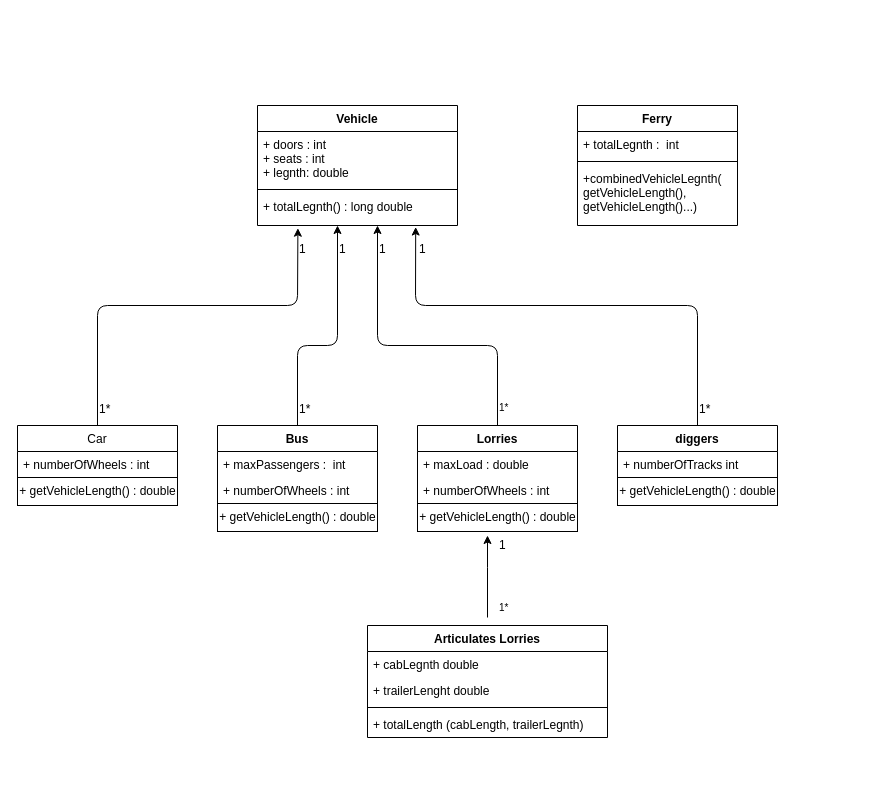
This is Software Design UML (Vehicle).drawio from 1603405/Test, a draw.io file, before an edit. Source tidied: cells renumbered, new cells numbered last; positions are measured from the earlier drawing's top-left corner, leaving out a move shared by most shapes. Both pictures are drawn from the tidied source at 100%, with x=0, y=0 at pixel (17, 105).
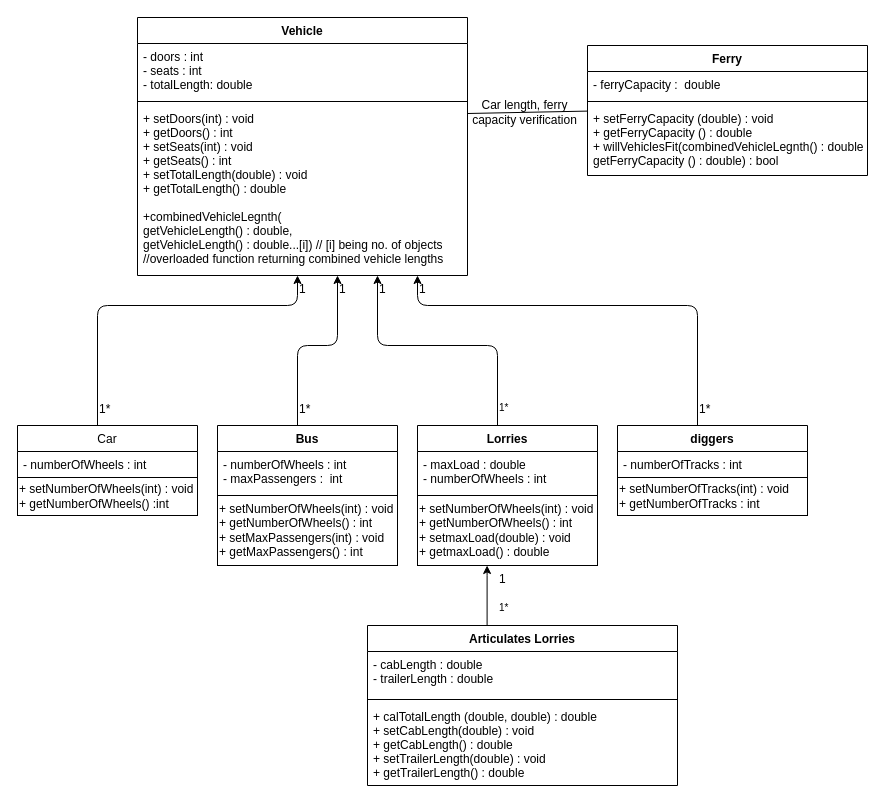
The same diagram, later.

Unchanged cells that the change refers to:
```xml
<mxCell id="30" value="1*" style="text;html=1;" parent="1" vertex="1">
  <mxGeometry x="680" y="290" width="40" height="30" as="geometry" />
</mxCell>
<mxCell id="31" value="1*" style="text;html=1;" parent="1" vertex="1">
  <mxGeometry x="280" y="290" width="40" height="30" as="geometry" />
</mxCell>
<mxCell id="32" value="1*" style="text;html=1;" parent="1" vertex="1">
  <mxGeometry x="80" y="290" width="40" height="30" as="geometry" />
</mxCell>
```

Change to the diagram source:
```diff
@@
     <mxCell id="2" value="Vehicle" style="swimlane;fontStyle=1;align=center;verticalAlign=top;horizontal=1;startSize=26;" parent="1" vertex="1">
-      <mxGeometry x="240" width="200" height="120" as="geometry" />
+      <mxGeometry x="120" y="-88" width="330" height="258" as="geometry" />
     </mxCell>
-    <mxCell id="3" value="+ doors : int&#10;+ seats : int&#10;+ legnth: double" style="text;strokeColor=none;fillColor=none;align=left;verticalAlign=top;spacingLeft=4;spacingRight=4;overflow=hidden;" parent="2" vertex="1">
-      <mxGeometry y="26" width="200" height="54" as="geometry" />
+    <mxCell id="3" value="- doors : int&#10;- seats : int&#10;- totalLength: double" style="text;strokeColor=none;fillColor=none;align=left;verticalAlign=top;spacingLeft=4;spacingRight=4;overflow=hidden;" parent="2" vertex="1">
+      <mxGeometry y="26" width="330" height="54" as="geometry" />
     </mxCell>
     <mxCell id="4" style="line;strokeWidth=1;fillColor=none;align=left;verticalAlign=middle;spacingTop=-1;spacingLeft=3;spacingRight=3;labelPosition=right;" parent="2" vertex="1">
-      <mxGeometry y="80" width="200" height="8" as="geometry" />
+      <mxGeometry y="80" width="330" height="8" as="geometry" />
     </mxCell>
-    <mxCell id="5" value="+ totalLegnth() : long double" style="text;strokeColor=none;fillColor=none;align=left;verticalAlign=top;spacingLeft=4;spacingRight=4;overflow=hidden;points=[[0,0.5],[1,0.5]];portConstraint=eastwest;" parent="2" vertex="1">
-      <mxGeometry y="88" width="200" height="32" as="geometry" />
+    <mxCell id="5" value="+ setDoors(int) : void&#10;+ getDoors() : int&#10;+ setSeats(int) : void&#10;+ getSeats() : int&#10;+ setTotalLength(double) : void&#10;+ getTotalLength() : double&#10;&#10;+combinedVehicleLegnth(&#10;getVehicleLength() : double, &#10;getVehicleLength() : double...[i]) // [i] being no. of objects&#10;//overloaded function returning combined vehicle lengths&#10; " style="text;strokeColor=none;fillColor=none;align=left;verticalAlign=top;spacingLeft=4;spacingRight=4;overflow=hidden;points=[[0,0.5],[1,0.5]];portConstraint=eastwest;" parent="2" vertex="1">
+      <mxGeometry y="88" width="330" height="170" as="geometry" />
     </mxCell>
     <mxCell id="6" value="Car" style="swimlane;fontStyle=0;horizontal=1;startSize=26;fillColor=none;" parent="1" vertex="1">
-      <mxGeometry y="320" width="160" height="52" as="geometry" />
+      <mxGeometry y="320" width="180" height="52" as="geometry" />
     </mxCell>
-    <mxCell id="7" value="+ numberOfWheels : int" style="text;strokeColor=none;fillColor=none;align=left;verticalAlign=top;spacingLeft=4;spacingRight=4;overflow=hidden;" parent="6" vertex="1">
-      <mxGeometry y="26" width="160" height="26" as="geometry" />
+    <mxCell id="7" value="- numberOfWheels : int" style="text;strokeColor=none;fillColor=none;align=left;verticalAlign=top;spacingLeft=4;spacingRight=4;overflow=hidden;" parent="6" vertex="1">
+      <mxGeometry y="26" width="180" height="26" as="geometry" />
     </mxCell>
     <mxCell id="8" value="Bus" style="swimlane;fontStyle=1;horizontal=1;startSize=26;fillColor=none;" parent="1" vertex="1">
-      <mxGeometry x="200" y="320" width="160" height="78" as="geometry" />
+      <mxGeometry x="200" y="320" width="180" height="70" as="geometry" />
     </mxCell>
-    <mxCell id="9" value="+ maxPassengers :  int" style="text;strokeColor=none;fillColor=none;align=left;verticalAlign=top;spacingLeft=4;spacingRight=4;overflow=hidden;" parent="8" vertex="1">
-      <mxGeometry y="26" width="160" height="26" as="geometry" />
-    </mxCell>
-    <mxCell id="10" value="+ numberOfWheels : int" style="text;strokeColor=none;fillColor=none;align=left;verticalAlign=top;spacingLeft=4;spacingRight=4;overflow=hidden;" parent="8" vertex="1">
-      <mxGeometry y="52" width="160" height="26" as="geometry" />
+    <mxCell id="10" value="- numberOfWheels : int&#10;- maxPassengers :  int" style="text;strokeColor=none;fillColor=none;align=left;verticalAlign=top;spacingLeft=4;spacingRight=4;overflow=hidden;" parent="8" vertex="1">
+      <mxGeometry y="26" width="180" height="44" as="geometry" />
     </mxCell>
-    <mxCell id="11" style="edgeStyle=orthogonalEdgeStyle;rounded=0;orthogonalLoop=1;jettySize=auto;html=1;" parent="1" edge="1">
+    <mxCell id="11" style="edgeStyle=orthogonalEdgeStyle;rounded=0;jettySize=auto;html=1;" parent="1" edge="1" target="15">
       <mxGeometry relative="1" as="geometry">
-        <mxPoint x="470" y="512" as="sourcePoint" />
-        <mxPoint x="470" y="430" as="targetPoint" />
+        <mxPoint x="469.6" y="520" as="sourcePoint" />
         <Array as="points">
-          <mxPoint x="470" y="462" />
-          <mxPoint x="470" y="462" />
+          <mxPoint x="470" y="470" />
+          <mxPoint x="470" y="470" />
         </Array>
       </mxGeometry>
     </mxCell>
     <mxCell id="12" value="Lorries" style="swimlane;fontStyle=1;horizontal=1;startSize=26;fillColor=none;" parent="1" vertex="1">
-      <mxGeometry x="400" y="320" width="160" height="106" as="geometry" />
+      <mxGeometry x="400" y="320" width="180" height="70" as="geometry" />
     </mxCell>
-    <mxCell id="13" value="+ maxLoad : double" style="text;strokeColor=none;fillColor=none;align=left;verticalAlign=top;spacingLeft=4;spacingRight=4;overflow=hidden;" parent="12" vertex="1">
-      <mxGeometry y="26" width="160" height="26" as="geometry" />
+    <mxCell id="13" value="- maxLoad : double&#10;- numberOfWheels : int" style="text;strokeColor=none;fillColor=none;align=left;verticalAlign=top;spacingLeft=4;spacingRight=4;overflow=hidden;" parent="12" vertex="1">
+      <mxGeometry y="26" width="180" height="44" as="geometry" />
     </mxCell>
-    <mxCell id="14" value="+ numberOfWheels : int" style="text;strokeColor=none;fillColor=none;align=left;verticalAlign=top;spacingLeft=4;spacingRight=4;overflow=hidden;" parent="12" vertex="1">
-      <mxGeometry y="52" width="160" height="26" as="geometry" />
-    </mxCell>
-    <mxCell id="15" value="+ getVehicleLength() : double" style="html=1;" parent="12" vertex="1">
-      <mxGeometry y="78" width="160" height="28" as="geometry" />
-    </mxCell>
     <mxCell id="16" value="diggers" style="swimlane;fontStyle=1;horizontal=1;startSize=26;fillColor=none;" parent="1" vertex="1">
-      <mxGeometry x="600" y="320" width="160" height="80" as="geometry" />
+      <mxGeometry x="600" y="320" width="190" height="90" as="geometry" />
     </mxCell>
-    <mxCell id="17" value="+ numberOfTracks int" style="text;strokeColor=none;fillColor=none;align=left;verticalAlign=top;spacingLeft=4;spacingRight=4;overflow=hidden;" parent="16" vertex="1">
-      <mxGeometry y="26" width="160" height="26" as="geometry" />
+    <mxCell id="17" value="- numberOfTracks : int" style="text;strokeColor=none;fillColor=none;align=left;verticalAlign=top;spacingLeft=4;spacingRight=4;overflow=hidden;" parent="16" vertex="1">
+      <mxGeometry y="26" width="190" height="26" as="geometry" />
     </mxCell>
-    <mxCell id="18" value="+ getVehicleLength() : double" style="html=1;" parent="16" vertex="1">
-      <mxGeometry y="52" width="160" height="28" as="geometry" />
+    <mxCell id="18" value="&lt;span&gt;+ setNumberOfTracks(int) : void&lt;br&gt;&lt;/span&gt;+ getNumberOfTracks : int&lt;span&gt;&lt;br&gt;&lt;/span&gt;" style="html=1;align=left;" parent="16" vertex="1">
+      <mxGeometry y="52" width="190" height="38" as="geometry" />
     </mxCell>
     <mxCell id="19" value="Articulates Lorries" style="swimlane;fontStyle=1;align=center;verticalAlign=top;horizontal=1;startSize=26;" parent="1" vertex="1">
-      <mxGeometry x="350" y="520" width="240" height="112" as="geometry" />
+      <mxGeometry x="350" y="520" width="310" height="160" as="geometry" />
     </mxCell>
-    <mxCell id="20" value="+ cabLegnth double" style="text;strokeColor=none;fillColor=none;align=left;verticalAlign=top;spacingLeft=4;spacingRight=4;overflow=hidden;" parent="19" vertex="1">
-      <mxGeometry y="26" width="240" height="26" as="geometry" />
+    <mxCell id="20" value="- cabLength : double&#10;- trailerLength : double" style="text;strokeColor=none;fillColor=none;align=left;verticalAlign=top;spacingLeft=4;spacingRight=4;overflow=hidden;" parent="19" vertex="1">
+      <mxGeometry y="26" width="310" height="44" as="geometry" />
     </mxCell>
-    <mxCell id="21" value="+ trailerLenght double" style="text;strokeColor=none;fillColor=none;align=left;verticalAlign=top;spacingLeft=4;spacingRight=4;overflow=hidden;" parent="19" vertex="1">
-      <mxGeometry y="52" width="240" height="26" as="geometry" />
-    </mxCell>
     <mxCell id="22" style="line;strokeWidth=1;fillColor=none;align=left;verticalAlign=middle;spacingTop=-1;spacingLeft=3;spacingRight=3;labelPosition=right;" parent="19" vertex="1">
-      <mxGeometry y="78" width="240" height="8" as="geometry" />
+      <mxGeometry y="70" width="310" height="8" as="geometry" />
     </mxCell>
-    <mxCell id="23" value="+ totalLength (cabLength, trailerLegnth)&#10;" style="text;strokeColor=none;fillColor=none;align=left;verticalAlign=top;spacingLeft=4;spacingRight=4;overflow=hidden;" parent="19" vertex="1">
-      <mxGeometry y="86" width="240" height="26" as="geometry" />
+    <mxCell id="23" value="+ calTotalLength (double, double) : double&#10;+ setCabLength(double) : void&#10;+ getCabLength() : double&#10;+ setTrailerLength(double) : void&#10;+ getTrailerLength() : double&#10;&#10;" style="text;strokeColor=none;fillColor=none;align=left;verticalAlign=top;spacingLeft=4;spacingRight=4;overflow=hidden;" parent="19" vertex="1">
+      <mxGeometry y="78" width="310" height="82" as="geometry" />
     </mxCell>
@@
-    <mxCell id="25" style="endArrow=classic;html=1;entryX=0.6;entryY=1;entryDx=0;entryDy=0;entryPerimeter=0;exitX=0.5;exitY=0;exitDx=0;exitDy=0;" parent="1" edge="1" source="12" target="5">
+    <mxCell id="25" style="endArrow=classic;html=1;entryX=0;entryY=0;entryDx=0;entryDy=0;" parent="1" edge="1" target="35">
       <mxGeometry relative="1" as="geometry">
+        <mxPoint x="480" y="320" as="sourcePoint" />
         <Array as="points">
           <mxPoint x="480" y="240" />
           <mxPoint x="360" y="240" />
         </Array>
       </mxGeometry>
     </mxCell>
@@
-    <mxCell id="27" style="endArrow=classic;html=1;entryX=0.4;entryY=1;entryDx=0;entryDy=0;entryPerimeter=0;exitX=0.5;exitY=0;exitDx=0;exitDy=0;" parent="1" edge="1" source="8" target="5">
+    <mxCell id="27" style="endArrow=classic;html=1;entryX=1;entryY=0;entryDx=0;entryDy=0;exitX=0;exitY=1;exitDx=0;exitDy=0;" parent="1" edge="1" source="31" target="34">
       <mxGeometry relative="1" as="geometry">
         <Array as="points">
           <mxPoint x="280" y="240" />
           <mxPoint x="320" y="240" />
         </Array>
       </mxGeometry>
     </mxCell>
-    <mxCell id="28" style="endArrow=classic;html=1;exitX=0.5;exitY=0;exitDx=0;exitDy=0;entryX=0.202;entryY=1.085;entryDx=0;entryDy=0;entryPerimeter=0;" parent="1" edge="1" source="6" target="5">
+    <mxCell id="28" style="endArrow=classic;html=1;exitX=0;exitY=1;exitDx=0;exitDy=0;entryX=0;entryY=0;entryDx=0;entryDy=0;" parent="1" edge="1" source="32" target="34">
       <mxGeometry relative="1" as="geometry">
         <Array as="points">
           <mxPoint x="80" y="200" />
           <mxPoint x="280" y="200" />
         </Array>
       </mxGeometry>
     </mxCell>
-    <mxCell id="29" style="endArrow=classic;html=1;entryX=0.791;entryY=1.048;entryDx=0;entryDy=0;entryPerimeter=0;exitX=0.5;exitY=0;exitDx=0;exitDy=0;" parent="1" edge="1" source="16" target="5">
+    <mxCell id="29" style="endArrow=classic;html=1;exitX=0;exitY=1;exitDx=0;exitDy=0;entryX=0;entryY=0;entryDx=0;entryDy=0;" parent="1" edge="1" source="30" target="36">
       <mxGeometry relative="1" as="geometry">
         <Array as="points">
           <mxPoint x="680" y="200" />
-          <mxPoint x="398" y="200" />
+          <mxPoint x="400" y="200" />
         </Array>
       </mxGeometry>
     </mxCell>
@@
     <mxCell id="33" value="1" style="text;html=1;" parent="1" vertex="1">
-      <mxGeometry x="320" y="130" width="40" height="30" as="geometry" />
+      <mxGeometry x="320" y="170" width="40" height="30" as="geometry" />
     </mxCell>
     <mxCell id="34" value="1" style="text;html=1;" parent="1" vertex="1">
-      <mxGeometry x="280" y="130" width="40" height="30" as="geometry" />
+      <mxGeometry x="280" y="170" width="40" height="30" as="geometry" />
     </mxCell>
     <mxCell id="35" value="1" style="text;html=1;" parent="1" vertex="1">
-      <mxGeometry x="360" y="130" width="40" height="30" as="geometry" />
+      <mxGeometry x="360" y="170" width="40" height="30" as="geometry" />
     </mxCell>
     <mxCell id="36" value="1" style="text;html=1;" parent="1" vertex="1">
-      <mxGeometry x="400" y="130" width="40" height="30" as="geometry" />
+      <mxGeometry x="400" y="170" width="40" height="30" as="geometry" />
     </mxCell>
     <mxCell id="37" value="1" style="text;html=1;" parent="1" vertex="1">
-      <mxGeometry x="480" y="426" width="40" height="30" as="geometry" />
+      <mxGeometry x="480" y="460" width="40" height="30" as="geometry" />
     </mxCell>
     <mxCell id="38" value="Ferry" style="swimlane;fontStyle=1;align=center;verticalAlign=top;horizontal=1;startSize=26;" parent="1" vertex="1">
-      <mxGeometry x="560" width="160" height="120" as="geometry" />
+      <mxGeometry x="570" y="-60" width="280" height="130" as="geometry" />
     </mxCell>
-    <mxCell id="39" value="+ totalLegnth :  int" style="text;strokeColor=none;fillColor=none;align=left;verticalAlign=top;spacingLeft=4;spacingRight=4;overflow=hidden;" parent="38" vertex="1">
-      <mxGeometry y="26" width="160" height="26" as="geometry" />
+    <mxCell id="39" value="- ferryCapacity :  double" style="text;strokeColor=none;fillColor=none;align=left;verticalAlign=top;spacingLeft=4;spacingRight=4;overflow=hidden;" parent="38" vertex="1">
+      <mxGeometry y="26" width="280" height="26" as="geometry" />
     </mxCell>
     <mxCell id="40" style="line;strokeWidth=1;fillColor=none;align=left;verticalAlign=middle;spacingTop=-1;spacingLeft=3;spacingRight=3;labelPosition=right;" parent="38" vertex="1">
-      <mxGeometry y="52" width="160" height="8" as="geometry" />
+      <mxGeometry y="52" width="280" height="8" as="geometry" />
     </mxCell>
-    <mxCell id="41" value="+combinedVehicleLegnth(&#10;getVehicleLength(), &#10;getVehicleLength()...) " style="text;strokeColor=none;fillColor=none;align=left;verticalAlign=top;spacingLeft=4;spacingRight=4;overflow=hidden;points=[[0,0.5],[1,0.5]];portConstraint=eastwest;" parent="38" vertex="1">
-      <mxGeometry y="60" width="160" height="60" as="geometry" />
+    <mxCell id="41" value="+ setFerryCapacity (double) : void&#10;+ getFerryCapacity () : double&#10;+ willVehiclesFit(combinedVehicleLegnth() : double,&#10;getFerryCapacity () : double) : bool" style="text;strokeColor=none;fillColor=none;align=left;verticalAlign=top;spacingLeft=4;spacingRight=4;overflow=hidden;points=[[0,0.5],[1,0.5]];portConstraint=eastwest;" parent="38" vertex="1">
+      <mxGeometry y="60" width="280" height="70" as="geometry" />
     </mxCell>
-    <mxCell id="42" value="+ getVehicleLength() : double" style="html=1;" parent="1" vertex="1">
-      <mxGeometry y="372" width="160" height="28" as="geometry" />
+    <mxCell id="42" value="+ setNumberOfWheels(int) : void&lt;br&gt;+ getNumberOfWheels() :int" style="html=1;align=left;" parent="1" vertex="1">
+      <mxGeometry y="372" width="180" height="38" as="geometry" />
     </mxCell>
-    <mxCell id="43" value="+ getVehicleLength() : double" style="html=1;" parent="1" vertex="1">
-      <mxGeometry x="200" y="398" width="160" height="28" as="geometry" />
+    <mxCell id="43" value="+ setNumberOfWheels(int) : void&lt;br&gt;+ getNumberOfWheels() : int&lt;br&gt;+ setMaxPassengers(int) : void&lt;br&gt;+ getMaxPassengers() : int" style="html=1;align=left;" parent="1" vertex="1">
+      <mxGeometry x="200" y="390" width="180" height="70" as="geometry" />
     </mxCell>
+    <mxCell id="15" value="+ setNumberOfWheels(int) : void&lt;br&gt;+ getNumberOfWheels() : int&lt;br&gt;+ setmaxLoad(double) : void&lt;br&gt;+ getmaxLoad() : double" style="html=1;align=left;" parent="1" vertex="1">
+      <mxGeometry x="400" y="390" width="180" height="70" as="geometry" />
+    </mxCell>
+    <mxCell id="44" style="endArrow=none;html=1;entryX=0;entryY=0.08;entryDx=0;entryDy=0;entryPerimeter=0;" parent="1" edge="1" target="41">
+      <mxGeometry relative="1" as="geometry">
+        <mxPoint x="450" y="8" as="sourcePoint" />
+      </mxGeometry>
+    </mxCell>
+    <mxCell id="45" value="Car length, ferry capacity verification" style="rounded=0;whiteSpace=wrap;html=1;align=center;labelBackgroundColor=none;fillColor=none;strokeColor=none;" parent="1" vertex="1">
+      <mxGeometry x="440" y="-23" width="135" height="60" as="geometry" />
+    </mxCell>
```
